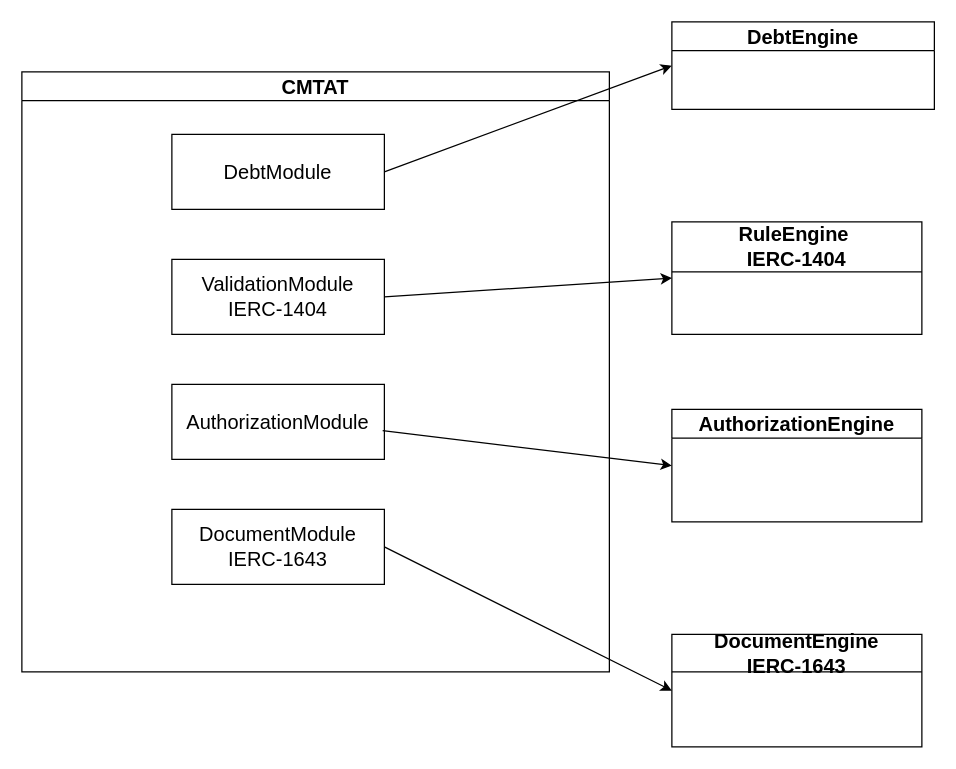
Before: page "Engine" (1 of 4) of doc/schema/drawio/Engine.drawio in CMTA/CMTAT, a draw.io diagram. Source tidied: cells renumbered, new cells numbered last; positions are measured from the earlier drawing's top-left corner, leaving out a move shared by most shapes. Both pictures are drawn from the tidied source at 125%, with x=0, y=0 at pixel (21, 21).
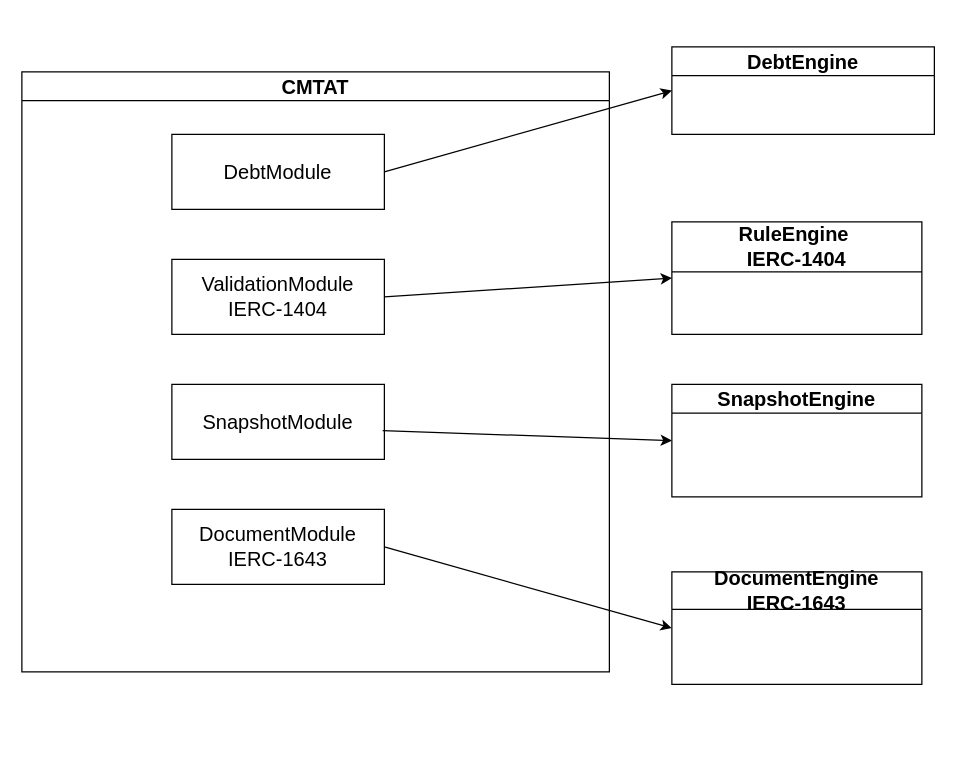
Above is the later version.

Change to the diagram source:
```diff
@@
 <mxGraphModel>
   <root>
     <mxCell id="0" />
     <mxCell id="1" parent="0" />
     <mxCell id="2" value="CMTAT" style="swimlane;whiteSpace=wrap;html=1;fontSize=16;" parent="1" vertex="1">
       <mxGeometry y="40" width="470" height="480" as="geometry" />
     </mxCell>
     <mxCell id="3" value="DebtModule" style="rounded=0;whiteSpace=wrap;html=1;fontSize=16;" parent="2" vertex="1">
       <mxGeometry x="120" y="50" width="170" height="60" as="geometry" />
     </mxCell>
     <mxCell id="4" value="ValidationModule&lt;br style=&quot;font-size: 16px;&quot;&gt;IERC-1404" style="rounded=0;whiteSpace=wrap;html=1;fontSize=16;" parent="2" vertex="1">
       <mxGeometry x="120" y="150" width="170" height="60" as="geometry" />
     </mxCell>
     <mxCell id="5" value="DocumentModule&lt;br&gt;IERC-1643" style="rounded=0;whiteSpace=wrap;html=1;fontSize=16;" parent="2" vertex="1">
       <mxGeometry x="120" y="350" width="170" height="60" as="geometry" />
     </mxCell>
-    <mxCell id="6" value="AuthorizationModule" style="rounded=0;whiteSpace=wrap;html=1;fontSize=16;" parent="2" vertex="1">
+    <mxCell id="6" value="SnapshotModule" style="rounded=0;whiteSpace=wrap;html=1;fontSize=16;" parent="2" vertex="1">
       <mxGeometry x="120" y="250" width="170" height="60" as="geometry" />
     </mxCell>
     <mxCell id="7" value="DebtEngine" style="swimlane;whiteSpace=wrap;html=1;fontSize=16;" parent="1" vertex="1">
-      <mxGeometry x="520" width="210" height="70" as="geometry" />
+      <mxGeometry x="520" y="20" width="210" height="70" as="geometry" />
     </mxCell>
-    <mxCell id="8" value="RuleEngine&amp;nbsp;&lt;br style=&quot;font-size: 16px;&quot;&gt;IERC-1404" style="swimlane;whiteSpace=wrap;html=1;fontSize=16;startSize=40;" parent="7" vertex="1">
-      <mxGeometry y="160" width="200" height="90" as="geometry" />
-    </mxCell>
-    <mxCell id="9" value="AuthorizationEngine" style="swimlane;whiteSpace=wrap;html=1;fontSize=16;" parent="1" vertex="1">
-      <mxGeometry x="520" y="310" width="200" height="90" as="geometry" />
+    <mxCell id="9" value="SnapshotEngine" style="swimlane;whiteSpace=wrap;html=1;fontSize=16;" parent="1" vertex="1">
+      <mxGeometry x="520" y="290" width="200" height="90" as="geometry" />
     </mxCell>
     <mxCell id="10" value="DocumentEngine&lt;br style=&quot;font-size: 16px;&quot;&gt;IERC-1643" style="swimlane;whiteSpace=wrap;html=1;startSize=30;fontSize=16;" parent="1" vertex="1">
-      <mxGeometry x="520" y="490" width="200" height="90" as="geometry" />
+      <mxGeometry x="520" y="440" width="200" height="90" as="geometry" />
     </mxCell>
     <mxCell id="11" style="endArrow=classic;html=1;rounded=0;exitX=1;exitY=0.5;exitDx=0;exitDy=0;entryX=0;entryY=0.5;entryDx=0;entryDy=0;fontSize=16;" parent="1" edge="1" source="3" target="7">
       <mxGeometry relative="1" as="geometry" />
     </mxCell>
     <mxCell id="12" style="endArrow=classic;html=1;rounded=0;exitX=1;exitY=0.5;exitDx=0;exitDy=0;entryX=0;entryY=0.5;entryDx=0;entryDy=0;fontSize=16;" parent="1" edge="1" source="4" target="8">
       <mxGeometry relative="1" as="geometry" />
     </mxCell>
     <mxCell id="13" style="endArrow=classic;html=1;rounded=0;exitX=0.992;exitY=0.617;exitDx=0;exitDy=0;exitPerimeter=0;entryX=0;entryY=0.5;entryDx=0;entryDy=0;fontSize=16;" parent="1" edge="1" source="6" target="9">
       <mxGeometry relative="1" as="geometry" />
     </mxCell>
     <mxCell id="14" style="endArrow=classic;html=1;rounded=0;exitX=1;exitY=0.5;exitDx=0;exitDy=0;entryX=0;entryY=0.5;entryDx=0;entryDy=0;fontSize=16;" parent="1" edge="1" source="5" target="10">
       <mxGeometry relative="1" as="geometry" />
     </mxCell>
+    <mxCell id="8" value="RuleEngine&amp;nbsp;&lt;br style=&quot;font-size: 16px;&quot;&gt;IERC-1404" style="swimlane;whiteSpace=wrap;html=1;fontSize=16;startSize=40;" parent="1" vertex="1">
+      <mxGeometry x="520" y="160" width="200" height="90" as="geometry" />
+    </mxCell>
   </root>
 </mxGraphModel>
```
